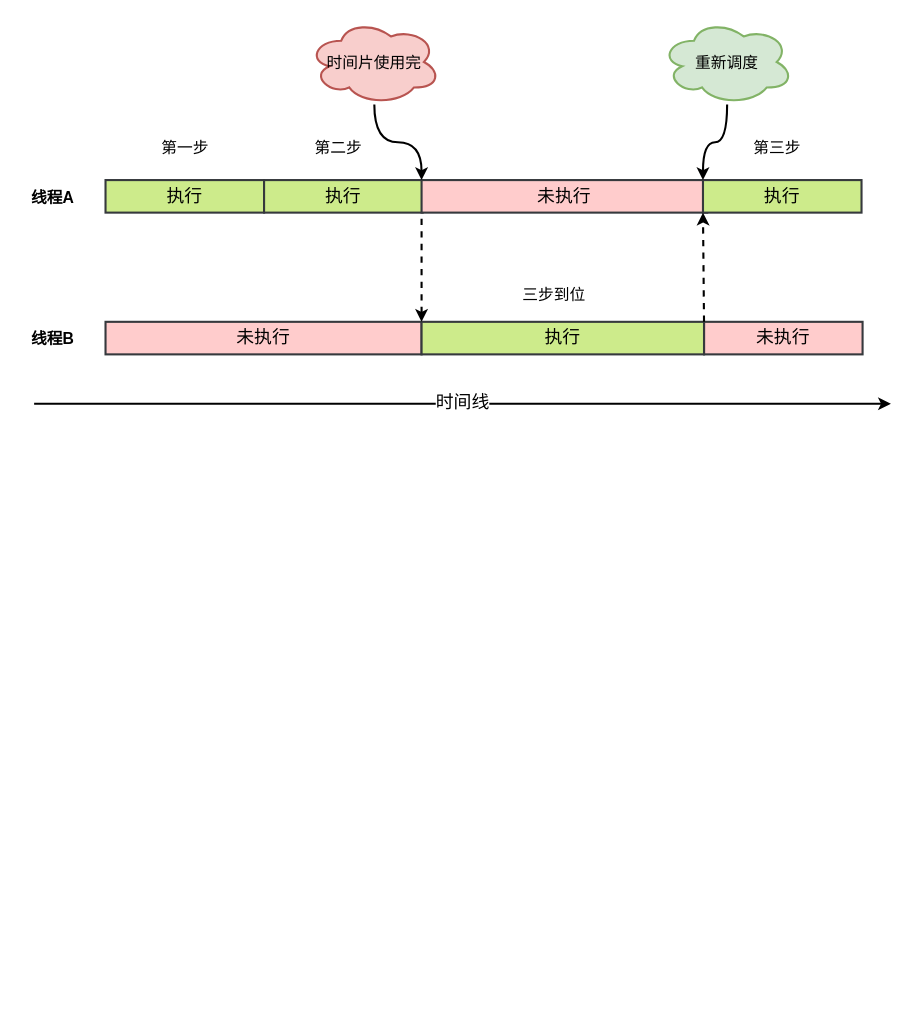
This is page "Page-2" (2 of 3) of osThread.drawio from 18702524676/drawing, a draw.io file, before an edit. Source tidied: cells renumbered, new cells numbered last; positions are measured from the earlier drawing's top-left corner, leaving out a move shared by most shapes. Both pictures are drawn from the tidied source at 105%, with x=0, y=0 at pixel (18, 19).
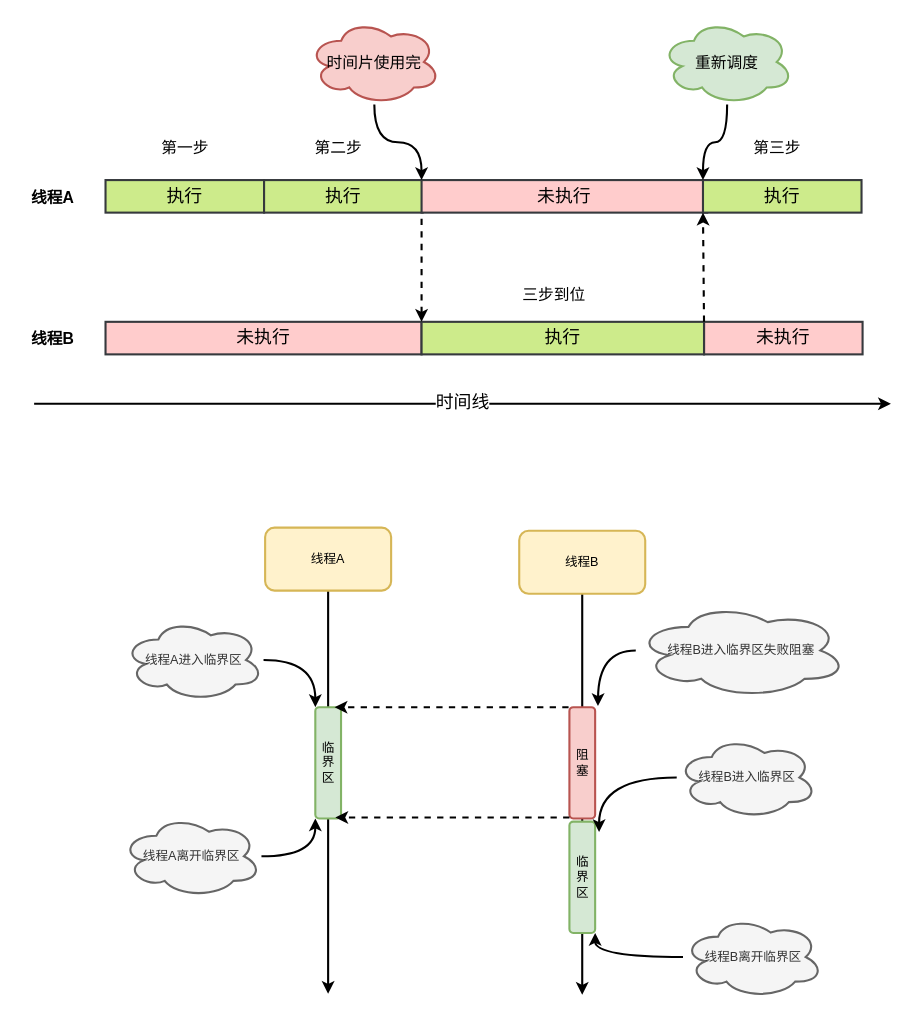
Above is the later version.

Change to the diagram source:
```diff
@@
+    <mxCell id="22" style="edgeStyle=orthogonalEdgeStyle;rounded=0;jettySize=auto;html=1;strokeWidth=2;" parent="1" edge="1" source="23">
+      <mxGeometry relative="1" as="geometry">
+        <mxPoint x="295" y="928" as="targetPoint" />
+      </mxGeometry>
+    </mxCell>
+    <mxCell id="23" value="线程A" style="rounded=1;whiteSpace=wrap;html=1;strokeWidth=2;fillColor=#fff2cc;strokeColor=#d6b656;" parent="1" vertex="1">
+      <mxGeometry x="235" y="484" width="120" height="60" as="geometry" />
+    </mxCell>
+    <mxCell id="24" style="edgeStyle=orthogonalEdgeStyle;rounded=0;jettySize=auto;html=1;strokeWidth=2;" parent="1" edge="1" source="25">
+      <mxGeometry relative="1" as="geometry">
+        <mxPoint x="537" y="929" as="targetPoint" />
+      </mxGeometry>
+    </mxCell>
+    <mxCell id="25" value="线程B" style="rounded=1;whiteSpace=wrap;html=1;strokeWidth=2;fillColor=#fff2cc;strokeColor=#d6b656;" parent="1" vertex="1">
+      <mxGeometry x="477" y="487" width="120" height="60" as="geometry" />
+    </mxCell>
+    <mxCell id="26" value="临界区" style="rounded=1;whiteSpace=wrap;html=1;strokeWidth=2;shadow=0;sketch=0;glass=0;fillColor=#d5e8d4;strokeColor=#82b366;" parent="1" vertex="1">
+      <mxGeometry x="282.8" y="655" width="24.5" height="106" as="geometry" />
+    </mxCell>
+    <mxCell id="27" value="阻塞" style="rounded=1;whiteSpace=wrap;html=1;strokeWidth=2;shadow=0;sketch=0;glass=0;fillColor=#f8cecc;strokeColor=#b85450;" parent="1" vertex="1">
+      <mxGeometry x="524.8" y="655" width="24.5" height="106" as="geometry" />
+    </mxCell>
+    <mxCell id="28" value="临界区" style="rounded=1;whiteSpace=wrap;html=1;strokeWidth=2;shadow=0;sketch=0;glass=0;fillColor=#d5e8d4;strokeColor=#82b366;" parent="1" vertex="1">
+      <mxGeometry x="524.8" y="764" width="24.5" height="106" as="geometry" />
+    </mxCell>
+    <mxCell id="29" style="edgeStyle=orthogonalEdgeStyle;rounded=0;jettySize=auto;html=1;entryX=0;entryY=0;entryDx=0;entryDy=0;strokeWidth=2;curved=1;" parent="1" edge="1" source="30" target="26">
+      <mxGeometry relative="1" as="geometry" />
+    </mxCell>
+    <mxCell id="30" value="线程A进入临界区" style="ellipse;shape=cloud;whiteSpace=wrap;html=1;rounded=1;shadow=0;glass=0;sketch=0;strokeColor=#666666;strokeWidth=2;fillColor=#f5f5f5;fontColor=#333333;" parent="1" vertex="1">
+      <mxGeometry x="100" y="571" width="133.5" height="78" as="geometry" />
+    </mxCell>
+    <mxCell id="31" style="edgeStyle=orthogonalEdgeStyle;curved=1;rounded=0;jettySize=auto;html=1;entryX=0;entryY=1;entryDx=0;entryDy=0;strokeWidth=2;" parent="1" edge="1" source="32" target="26">
+      <mxGeometry relative="1" as="geometry" />
+    </mxCell>
+    <mxCell id="32" value="线程A离开临界区" style="ellipse;shape=cloud;whiteSpace=wrap;html=1;rounded=1;shadow=0;glass=0;sketch=0;strokeColor=#666666;strokeWidth=2;fillColor=#f5f5f5;fontColor=#333333;" parent="1" vertex="1">
+      <mxGeometry x="98" y="758" width="133.5" height="78" as="geometry" />
+    </mxCell>
+    <mxCell id="33" style="edgeStyle=orthogonalEdgeStyle;curved=1;rounded=0;jettySize=auto;html=1;strokeWidth=2;" parent="1" edge="1" source="34">
+      <mxGeometry relative="1" as="geometry">
+        <mxPoint x="552" y="654" as="targetPoint" />
+      </mxGeometry>
+    </mxCell>
+    <mxCell id="34" value="线程B进入临界区失败阻塞" style="ellipse;shape=cloud;whiteSpace=wrap;html=1;rounded=1;shadow=0;glass=0;sketch=0;strokeColor=#666666;strokeWidth=2;fillColor=#f5f5f5;fontColor=#333333;" parent="1" vertex="1">
+      <mxGeometry x="588" y="556" width="201" height="90" as="geometry" />
+    </mxCell>
+    <mxCell id="35" style="endArrow=classic;html=1;strokeWidth=2;entryX=0.75;entryY=0;entryDx=0;entryDy=0;dashed=1;" parent="1" edge="1" target="26">
+      <mxGeometry relative="1" as="geometry">
+        <mxPoint x="524" y="655" as="sourcePoint" />
+      </mxGeometry>
+    </mxCell>
+    <mxCell id="36" style="endArrow=classic;html=1;strokeWidth=2;entryX=0.75;entryY=0;entryDx=0;entryDy=0;dashed=1;" parent="1" edge="1">
+      <mxGeometry relative="1" as="geometry">
+        <mxPoint x="524.8" y="760" as="sourcePoint" />
+        <mxPoint x="301.9" y="760" as="targetPoint" />
+      </mxGeometry>
+    </mxCell>
+    <mxCell id="37" style="edgeStyle=orthogonalEdgeStyle;curved=1;rounded=0;jettySize=auto;html=1;entryX=1.153;entryY=0.094;entryDx=0;entryDy=0;entryPerimeter=0;strokeWidth=2;" parent="1" edge="1" source="38" target="28">
+      <mxGeometry relative="1" as="geometry" />
+    </mxCell>
+    <mxCell id="38" value="线程B进入临界区" style="ellipse;shape=cloud;whiteSpace=wrap;html=1;rounded=1;shadow=0;glass=0;sketch=0;strokeColor=#666666;strokeWidth=2;fillColor=#f5f5f5;fontColor=#333333;" parent="1" vertex="1">
+      <mxGeometry x="627" y="683" width="133.5" height="78" as="geometry" />
+    </mxCell>
+    <mxCell id="39" style="edgeStyle=orthogonalEdgeStyle;curved=1;rounded=0;jettySize=auto;html=1;entryX=1;entryY=1;entryDx=0;entryDy=0;strokeWidth=2;" parent="1" edge="1" source="40" target="28">
+      <mxGeometry relative="1" as="geometry" />
+    </mxCell>
+    <mxCell id="40" value="线程B离开临界区" style="ellipse;shape=cloud;whiteSpace=wrap;html=1;rounded=1;shadow=0;glass=0;sketch=0;strokeColor=#666666;strokeWidth=2;fillColor=#f5f5f5;fontColor=#333333;" parent="1" vertex="1">
+      <mxGeometry x="633" y="854" width="133.5" height="78" as="geometry" />
+    </mxCell>
```
